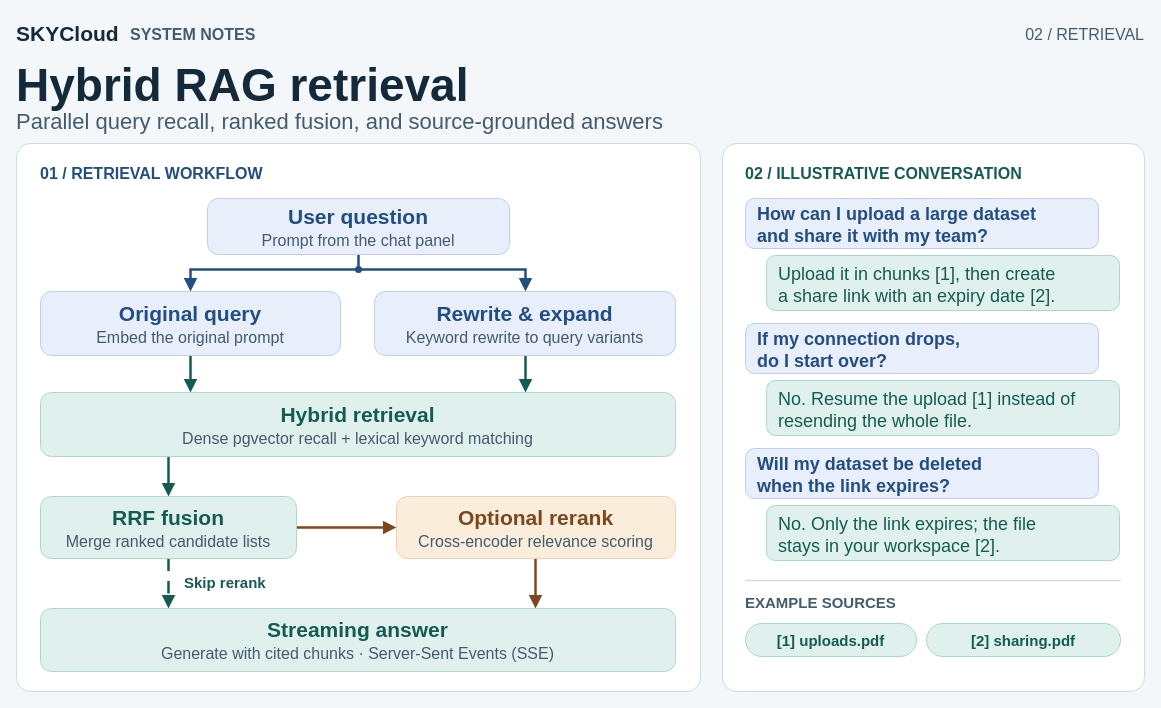
The draw.io diagram page "Hybrid RAG retrieval" (2 of 11) of design/projects/sky-cloud/sky-cloud.drawio in TianyaSKY/tianyasky.github.io, before the edit. Source tidied: cells renumbered, new cells numbered last; positions are measured from the earlier drawing's top-left corner, leaving out a move shared by most shapes. Both pictures are drawn from the tidied source at 100%, with x=0, y=0 at pixel (16, 16).
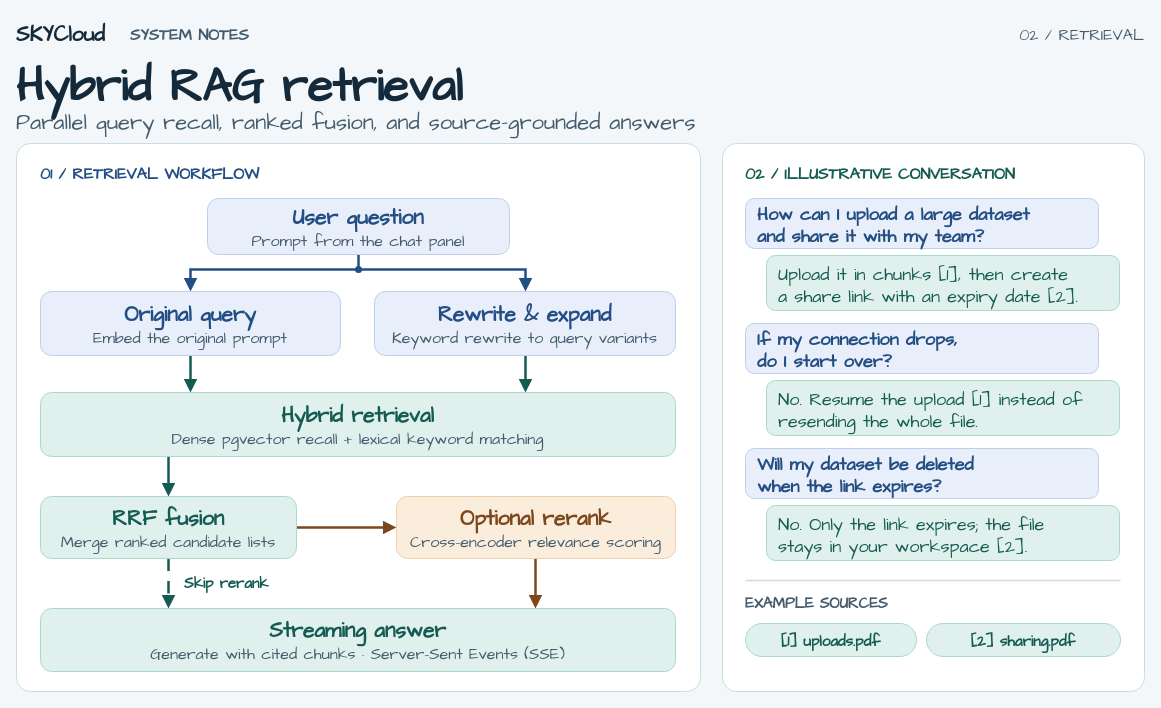
Above is the later version.

The change refers to these unchanged cells:
```xml
<mxCell id="22" style="group;html=0;" parent="1" vertex="1">
  <mxGeometry x="191" y="182" width="302" height="56" as="geometry" />
</mxCell>
<mxCell id="26" style="group;html=0;" parent="1" vertex="1">
  <mxGeometry x="24" y="275" width="300" height="64" as="geometry" />
</mxCell>
<mxCell id="30" style="group;html=0;" parent="1" vertex="1">
  <mxGeometry x="358" y="275" width="301" height="64" as="geometry" />
</mxCell>
<mxCell id="34" style="group;html=0;" parent="1" vertex="1">
  <mxGeometry x="24" y="376" width="635" height="64" as="geometry" />
</mxCell>
<mxCell id="38" style="group;html=0;" parent="1" vertex="1">
  <mxGeometry x="24" y="480" width="256" height="62" as="geometry" />
</mxCell>
<mxCell id="42" style="group;html=0;" parent="1" vertex="1">
  <mxGeometry x="380" y="480" width="279" height="62" as="geometry" />
</mxCell>
<mxCell id="46" style="group;html=0;" parent="1" vertex="1">
  <mxGeometry x="24" y="592" width="635" height="63" as="geometry" />
</mxCell>
<mxCell id="64" style="group;html=0;" parent="1" vertex="1">
  <mxGeometry x="729" y="607" width="171" height="33" as="geometry" />
</mxCell>
<mxCell id="67" style="group;html=0;" parent="1" vertex="1">
  <mxGeometry x="910" y="607" width="194" height="33" as="geometry" />
</mxCell>
```

The edit, as a diff of the source:
```diff
@@
-    <mxCell id="2" value="SKYCloud" style="text;html=0;whiteSpace=nowrap;strokeColor=none;fillColor=none;spacing=0;align=left;verticalAlign=middle;fontFamily=Arial, Helvetica, sans-serif;fontSize=21;fontColor=#142A3B;fontStyle=1;" parent="1" vertex="1">
+    <mxCell id="2" value="SKYCloud" style="text;html=0;whiteSpace=nowrap;strokeColor=none;fillColor=none;spacing=0;align=left;verticalAlign=middle;fontFamily=Comic Sans MS, Comic Neue, Noto Sans SC, sans-serif;fontSize=21;fontColor=#142A3B;fontStyle=1;" parent="1" vertex="1">
       <mxGeometry width="120" height="30" as="geometry" />
     </mxCell>
-    <mxCell id="3" value="SYSTEM NOTES" style="text;html=0;whiteSpace=nowrap;strokeColor=none;fillColor=none;spacing=0;align=left;verticalAlign=middle;fontFamily=Excalifont;fontSize=16;fontColor=#435B6D;fontStyle=1;" parent="1" vertex="1">
+    <mxCell id="3" value="SYSTEM NOTES" style="text;html=0;whiteSpace=nowrap;strokeColor=none;fillColor=none;spacing=0;align=left;verticalAlign=middle;fontFamily=Comic Sans MS, Comic Neue, Noto Sans SC, sans-serif;fontSize=16;fontColor=#435B6D;fontStyle=1;" parent="1" vertex="1">
       <mxGeometry x="114" y="4" width="560" height="26" as="geometry" />
     </mxCell>
-    <mxCell id="4" value="02  /  RETRIEVAL" style="text;html=0;whiteSpace=nowrap;strokeColor=none;fillColor=none;spacing=0;align=right;verticalAlign=middle;fontFamily=Excalifont;fontSize=16;fontColor=#435B6D;fontStyle=0;" parent="1" vertex="1">
+    <mxCell id="4" value="02  /  RETRIEVAL" style="text;html=0;whiteSpace=nowrap;strokeColor=none;fillColor=none;spacing=0;align=right;verticalAlign=middle;fontFamily=Comic Sans MS, Comic Neue, Noto Sans SC, sans-serif;fontSize=16;fontColor=#435B6D;fontStyle=0;" parent="1" vertex="1">
       <mxGeometry x="763" y="4" width="365" height="26" as="geometry" />
     </mxCell>
-    <mxCell id="5" value="Hybrid RAG retrieval" style="text;html=0;whiteSpace=nowrap;strokeColor=none;fillColor=none;spacing=0;align=left;verticalAlign=middle;fontFamily=Excalifont;fontSize=46;fontColor=#142A3B;fontStyle=1;" parent="1" vertex="1">
+    <mxCell id="5" value="Hybrid RAG retrieval" style="text;html=0;whiteSpace=nowrap;strokeColor=none;fillColor=none;spacing=0;align=left;verticalAlign=middle;fontFamily=Comic Sans MS, Comic Neue, Noto Sans SC, sans-serif;fontSize=46;fontColor=#142A3B;fontStyle=1;" parent="1" vertex="1">
       <mxGeometry y="36" width="1128" height="53" as="geometry" />
     </mxCell>
-    <mxCell id="6" value="Parallel query recall, ranked fusion, and source-grounded answers" style="text;html=0;whiteSpace=nowrap;strokeColor=none;fillColor=none;spacing=0;align=left;verticalAlign=middle;fontFamily=Excalifont;fontSize=22;fontColor=#435B6D;fontStyle=0;" parent="1" vertex="1">
+    <mxCell id="6" value="Parallel query recall, ranked fusion, and source-grounded answers" style="text;html=0;whiteSpace=nowrap;strokeColor=none;fillColor=none;spacing=0;align=left;verticalAlign=middle;fontFamily=Comic Sans MS, Comic Neue, Noto Sans SC, sans-serif;fontSize=22;fontColor=#435B6D;fontStyle=0;" parent="1" vertex="1">
       <mxGeometry y="88" width="1128" height="29" as="geometry" />
     </mxCell>
@@
-    <mxCell id="9" value="01  /  RETRIEVAL WORKFLOW" style="text;html=0;whiteSpace=nowrap;strokeColor=none;fillColor=none;spacing=0;align=left;verticalAlign=middle;fontFamily=Excalifont;fontSize=16;fontColor=#234E83;fontStyle=1;" parent="1" vertex="1">
+    <mxCell id="9" value="01  /  RETRIEVAL WORKFLOW" style="text;html=0;whiteSpace=nowrap;strokeColor=none;fillColor=none;spacing=0;align=left;verticalAlign=middle;fontFamily=Comic Sans MS, Comic Neue, Noto Sans SC, sans-serif;fontSize=16;fontColor=#234E83;fontStyle=1;" parent="1" vertex="1">
       <mxGeometry x="24" y="143" width="635" height="25" as="geometry" />
     </mxCell>
-    <mxCell id="10" value="02  /  ILLUSTRATIVE CONVERSATION" style="text;html=0;whiteSpace=nowrap;strokeColor=none;fillColor=none;spacing=0;align=left;verticalAlign=middle;fontFamily=Excalifont;fontSize=16;fontColor=#145C52;fontStyle=1;" parent="1" vertex="1">
+    <mxCell id="10" value="02  /  ILLUSTRATIVE CONVERSATION" style="text;html=0;whiteSpace=nowrap;strokeColor=none;fillColor=none;spacing=0;align=left;verticalAlign=middle;fontFamily=Comic Sans MS, Comic Neue, Noto Sans SC, sans-serif;fontSize=16;fontColor=#145C52;fontStyle=1;" parent="1" vertex="1">
       <mxGeometry x="729" y="143" width="375" height="25" as="geometry" />
     </mxCell>
@@
-    <mxCell id="21" value="Skip rerank" style="text;html=0;whiteSpace=nowrap;strokeColor=none;fillColor=none;spacing=0;align=left;verticalAlign=middle;fontFamily=Excalifont;fontSize=15;fontColor=#145C52;fontStyle=1;" parent="1" vertex="1">
+    <mxCell id="21" value="Skip rerank" style="text;html=0;whiteSpace=nowrap;strokeColor=none;fillColor=none;spacing=0;align=left;verticalAlign=middle;fontFamily=Comic Sans MS, Comic Neue, Noto Sans SC, sans-serif;fontSize=15;fontColor=#145C52;fontStyle=1;" parent="1" vertex="1">
       <mxGeometry x="168" y="554" width="173" height="23" as="geometry" />
     </mxCell>
@@
-    <mxCell id="24" value="User question" style="text;html=0;whiteSpace=nowrap;strokeColor=none;fillColor=none;spacing=0;align=center;verticalAlign=middle;fontFamily=Excalifont;fontSize=21;fontColor=#234E83;fontStyle=1;" parent="22" vertex="1">
+    <mxCell id="24" value="User question" style="text;html=0;whiteSpace=nowrap;strokeColor=none;fillColor=none;spacing=0;align=center;verticalAlign=middle;fontFamily=Comic Sans MS, Comic Neue, Noto Sans SC, sans-serif;fontSize=21;fontColor=#234E83;fontStyle=1;" parent="22" vertex="1">
       <mxGeometry x="12" y="4" width="278" height="24" as="geometry" />
     </mxCell>
-    <mxCell id="25" value="Prompt from the chat panel" style="text;html=0;whiteSpace=nowrap;strokeColor=none;fillColor=none;spacing=0;align=center;verticalAlign=middle;fontFamily=Excalifont;fontSize=16;fontColor=#435B6D;fontStyle=0;" parent="22" vertex="1">
+    <mxCell id="25" value="Prompt from the chat panel" style="text;html=0;whiteSpace=nowrap;strokeColor=none;fillColor=none;spacing=0;align=center;verticalAlign=middle;fontFamily=Comic Sans MS, Comic Neue, Noto Sans SC, sans-serif;fontSize=16;fontColor=#435B6D;fontStyle=0;" parent="22" vertex="1">
       <mxGeometry x="12" y="30" width="278" height="21" as="geometry" />
     </mxCell>
@@
-    <mxCell id="28" value="Original query" style="text;html=0;whiteSpace=nowrap;strokeColor=none;fillColor=none;spacing=0;align=center;verticalAlign=middle;fontFamily=Excalifont;fontSize=21;fontColor=#234E83;fontStyle=1;" parent="26" vertex="1">
+    <mxCell id="28" value="Original query" style="text;html=0;whiteSpace=nowrap;strokeColor=none;fillColor=none;spacing=0;align=center;verticalAlign=middle;fontFamily=Comic Sans MS, Comic Neue, Noto Sans SC, sans-serif;fontSize=21;fontColor=#234E83;fontStyle=1;" parent="26" vertex="1">
       <mxGeometry x="12" y="8" width="276" height="24" as="geometry" />
     </mxCell>
-    <mxCell id="29" value="Embed the original prompt" style="text;html=0;whiteSpace=nowrap;strokeColor=none;fillColor=none;spacing=0;align=center;verticalAlign=middle;fontFamily=Excalifont;fontSize=16;fontColor=#435B6D;fontStyle=0;" parent="26" vertex="1">
+    <mxCell id="29" value="Embed the original prompt" style="text;html=0;whiteSpace=nowrap;strokeColor=none;fillColor=none;spacing=0;align=center;verticalAlign=middle;fontFamily=Comic Sans MS, Comic Neue, Noto Sans SC, sans-serif;fontSize=16;fontColor=#435B6D;fontStyle=0;" parent="26" vertex="1">
       <mxGeometry x="12" y="34" width="276" height="21" as="geometry" />
     </mxCell>
@@
-    <mxCell id="32" value="Rewrite &amp; expand" style="text;html=0;whiteSpace=nowrap;strokeColor=none;fillColor=none;spacing=0;align=center;verticalAlign=middle;fontFamily=Excalifont;fontSize=21;fontColor=#234E83;fontStyle=1;" parent="30" vertex="1">
+    <mxCell id="32" value="Rewrite &amp; expand" style="text;html=0;whiteSpace=nowrap;strokeColor=none;fillColor=none;spacing=0;align=center;verticalAlign=middle;fontFamily=Comic Sans MS, Comic Neue, Noto Sans SC, sans-serif;fontSize=21;fontColor=#234E83;fontStyle=1;" parent="30" vertex="1">
       <mxGeometry x="12" y="8" width="277" height="24" as="geometry" />
     </mxCell>
-    <mxCell id="33" value="Keyword rewrite to query variants" style="text;html=0;whiteSpace=nowrap;strokeColor=none;fillColor=none;spacing=0;align=center;verticalAlign=middle;fontFamily=Excalifont;fontSize=16;fontColor=#435B6D;fontStyle=0;" parent="30" vertex="1">
+    <mxCell id="33" value="Keyword rewrite to query variants" style="text;html=0;whiteSpace=nowrap;strokeColor=none;fillColor=none;spacing=0;align=center;verticalAlign=middle;fontFamily=Comic Sans MS, Comic Neue, Noto Sans SC, sans-serif;fontSize=16;fontColor=#435B6D;fontStyle=0;" parent="30" vertex="1">
       <mxGeometry x="12" y="34" width="277" height="21" as="geometry" />
     </mxCell>
@@
-    <mxCell id="36" value="Hybrid retrieval" style="text;html=0;whiteSpace=nowrap;strokeColor=none;fillColor=none;spacing=0;align=center;verticalAlign=middle;fontFamily=Excalifont;fontSize=21;fontColor=#145C52;fontStyle=1;" parent="34" vertex="1">
+    <mxCell id="36" value="Hybrid retrieval" style="text;html=0;whiteSpace=nowrap;strokeColor=none;fillColor=none;spacing=0;align=center;verticalAlign=middle;fontFamily=Comic Sans MS, Comic Neue, Noto Sans SC, sans-serif;fontSize=21;fontColor=#145C52;fontStyle=1;" parent="34" vertex="1">
       <mxGeometry x="12" y="8" width="611" height="24" as="geometry" />
     </mxCell>
-    <mxCell id="37" value="Dense pgvector recall + lexical keyword matching" style="text;html=0;whiteSpace=nowrap;strokeColor=none;fillColor=none;spacing=0;align=center;verticalAlign=middle;fontFamily=Excalifont;fontSize=16;fontColor=#435B6D;fontStyle=0;" parent="34" vertex="1">
+    <mxCell id="37" value="Dense pgvector recall + lexical keyword matching" style="text;html=0;whiteSpace=nowrap;strokeColor=none;fillColor=none;spacing=0;align=center;verticalAlign=middle;fontFamily=Comic Sans MS, Comic Neue, Noto Sans SC, sans-serif;fontSize=16;fontColor=#435B6D;fontStyle=0;" parent="34" vertex="1">
       <mxGeometry x="12" y="34" width="611" height="21" as="geometry" />
     </mxCell>
@@
-    <mxCell id="40" value="RRF fusion" style="text;html=0;whiteSpace=nowrap;strokeColor=none;fillColor=none;spacing=0;align=center;verticalAlign=middle;fontFamily=Excalifont;fontSize=21;fontColor=#145C52;fontStyle=1;" parent="38" vertex="1">
+    <mxCell id="40" value="RRF fusion" style="text;html=0;whiteSpace=nowrap;strokeColor=none;fillColor=none;spacing=0;align=center;verticalAlign=middle;fontFamily=Comic Sans MS, Comic Neue, Noto Sans SC, sans-serif;fontSize=21;fontColor=#145C52;fontStyle=1;" parent="38" vertex="1">
       <mxGeometry x="12" y="7" width="232" height="24" as="geometry" />
     </mxCell>
-    <mxCell id="41" value="Merge ranked candidate lists" style="text;html=0;whiteSpace=nowrap;strokeColor=none;fillColor=none;spacing=0;align=center;verticalAlign=middle;fontFamily=Excalifont;fontSize=16;fontColor=#435B6D;fontStyle=0;" parent="38" vertex="1">
+    <mxCell id="41" value="Merge ranked candidate lists" style="text;html=0;whiteSpace=nowrap;strokeColor=none;fillColor=none;spacing=0;align=center;verticalAlign=middle;fontFamily=Comic Sans MS, Comic Neue, Noto Sans SC, sans-serif;fontSize=16;fontColor=#435B6D;fontStyle=0;" parent="38" vertex="1">
       <mxGeometry x="12" y="33" width="232" height="21" as="geometry" />
     </mxCell>
@@
-    <mxCell id="44" value="Optional rerank" style="text;html=0;whiteSpace=nowrap;strokeColor=none;fillColor=none;spacing=0;align=center;verticalAlign=middle;fontFamily=Excalifont;fontSize=21;fontColor=#7C471C;fontStyle=1;" parent="42" vertex="1">
+    <mxCell id="44" value="Optional rerank" style="text;html=0;whiteSpace=nowrap;strokeColor=none;fillColor=none;spacing=0;align=center;verticalAlign=middle;fontFamily=Comic Sans MS, Comic Neue, Noto Sans SC, sans-serif;fontSize=21;fontColor=#7C471C;fontStyle=1;" parent="42" vertex="1">
       <mxGeometry x="12" y="7" width="255" height="24" as="geometry" />
     </mxCell>
-    <mxCell id="45" value="Cross-encoder relevance scoring" style="text;html=0;whiteSpace=nowrap;strokeColor=none;fillColor=none;spacing=0;align=center;verticalAlign=middle;fontFamily=Excalifont;fontSize=16;fontColor=#435B6D;fontStyle=0;" parent="42" vertex="1">
+    <mxCell id="45" value="Cross-encoder relevance scoring" style="text;html=0;whiteSpace=nowrap;strokeColor=none;fillColor=none;spacing=0;align=center;verticalAlign=middle;fontFamily=Comic Sans MS, Comic Neue, Noto Sans SC, sans-serif;fontSize=16;fontColor=#435B6D;fontStyle=0;" parent="42" vertex="1">
       <mxGeometry x="12" y="33" width="255" height="21" as="geometry" />
     </mxCell>
@@
-    <mxCell id="48" value="Streaming answer" style="text;html=0;whiteSpace=nowrap;strokeColor=none;fillColor=none;spacing=0;align=center;verticalAlign=middle;fontFamily=Excalifont;fontSize=21;fontColor=#145C52;fontStyle=1;" parent="46" vertex="1">
+    <mxCell id="48" value="Streaming answer" style="text;html=0;whiteSpace=nowrap;strokeColor=none;fillColor=none;spacing=0;align=center;verticalAlign=middle;fontFamily=Comic Sans MS, Comic Neue, Noto Sans SC, sans-serif;fontSize=21;fontColor=#145C52;fontStyle=1;" parent="46" vertex="1">
       <mxGeometry x="12" y="7" width="611" height="24" as="geometry" />
     </mxCell>
-    <mxCell id="49" value="Generate with cited chunks · Server-Sent Events (SSE)" style="text;html=0;whiteSpace=nowrap;strokeColor=none;fillColor=none;spacing=0;align=center;verticalAlign=middle;fontFamily=Excalifont;fontSize=16;fontColor=#435B6D;fontStyle=0;" parent="46" vertex="1">
+    <mxCell id="49" value="Generate with cited chunks · Server-Sent Events (SSE)" style="text;html=0;whiteSpace=nowrap;strokeColor=none;fillColor=none;spacing=0;align=center;verticalAlign=middle;fontFamily=Comic Sans MS, Comic Neue, Noto Sans SC, sans-serif;fontSize=16;fontColor=#435B6D;fontStyle=0;" parent="46" vertex="1">
       <mxGeometry x="12" y="33" width="611" height="21" as="geometry" />
     </mxCell>
@@
-    <mxCell id="51" value="How can I upload a large dataset&#10;and share it with my team?" style="text;html=0;whiteSpace=nowrap;strokeColor=none;fillColor=none;spacing=0;align=left;verticalAlign=middle;fontFamily=Excalifont;fontSize=18;fontColor=#234E83;fontStyle=1;" parent="1" vertex="1">
+    <mxCell id="51" value="How can I upload a large dataset&#10;and share it with my team?" style="text;html=0;whiteSpace=nowrap;strokeColor=none;fillColor=none;spacing=0;align=left;verticalAlign=middle;fontFamily=Comic Sans MS, Comic Neue, Noto Sans SC, sans-serif;fontSize=18;fontColor=#234E83;fontStyle=1;" parent="1" vertex="1">
       <mxGeometry x="741" y="184" width="329" height="46" as="geometry" />
     </mxCell>
@@
-    <mxCell id="53" value="Upload it in chunks [1], then create&#10;a share link with an expiry date [2]." style="text;html=0;whiteSpace=nowrap;strokeColor=none;fillColor=none;spacing=0;align=left;verticalAlign=middle;fontFamily=Excalifont;fontSize=18;fontColor=#145C52;fontStyle=0;" parent="1" vertex="1">
+    <mxCell id="53" value="Upload it in chunks [1], then create&#10;a share link with an expiry date [2]." style="text;html=0;whiteSpace=nowrap;strokeColor=none;fillColor=none;spacing=0;align=left;verticalAlign=middle;fontFamily=Comic Sans MS, Comic Neue, Noto Sans SC, sans-serif;fontSize=18;fontColor=#145C52;fontStyle=0;" parent="1" vertex="1">
       <mxGeometry x="762" y="241" width="329" height="51" as="geometry" />
     </mxCell>
@@
-    <mxCell id="55" value="If my connection drops,&#10;do I start over?" style="text;html=0;whiteSpace=nowrap;strokeColor=none;fillColor=none;spacing=0;align=left;verticalAlign=middle;fontFamily=Excalifont;fontSize=18;fontColor=#234E83;fontStyle=1;" parent="1" vertex="1">
+    <mxCell id="55" value="If my connection drops,&#10;do I start over?" style="text;html=0;whiteSpace=nowrap;strokeColor=none;fillColor=none;spacing=0;align=left;verticalAlign=middle;fontFamily=Comic Sans MS, Comic Neue, Noto Sans SC, sans-serif;fontSize=18;fontColor=#234E83;fontStyle=1;" parent="1" vertex="1">
       <mxGeometry x="741" y="309" width="329" height="46" as="geometry" />
     </mxCell>
@@
-    <mxCell id="57" value="No. Resume the upload [1] instead of&#10;resending the whole file." style="text;html=0;whiteSpace=nowrap;strokeColor=none;fillColor=none;spacing=0;align=left;verticalAlign=middle;fontFamily=Excalifont;fontSize=18;fontColor=#145C52;fontStyle=0;" parent="1" vertex="1">
+    <mxCell id="57" value="No. Resume the upload [1] instead of&#10;resending the whole file." style="text;html=0;whiteSpace=nowrap;strokeColor=none;fillColor=none;spacing=0;align=left;verticalAlign=middle;fontFamily=Comic Sans MS, Comic Neue, Noto Sans SC, sans-serif;fontSize=18;fontColor=#145C52;fontStyle=0;" parent="1" vertex="1">
       <mxGeometry x="762" y="366" width="329" height="51" as="geometry" />
     </mxCell>
@@
-    <mxCell id="59" value="Will my dataset be deleted&#10;when the link expires?" style="text;html=0;whiteSpace=nowrap;strokeColor=none;fillColor=none;spacing=0;align=left;verticalAlign=middle;fontFamily=Excalifont;fontSize=18;fontColor=#234E83;fontStyle=1;" parent="1" vertex="1">
+    <mxCell id="59" value="Will my dataset be deleted&#10;when the link expires?" style="text;html=0;whiteSpace=nowrap;strokeColor=none;fillColor=none;spacing=0;align=left;verticalAlign=middle;fontFamily=Comic Sans MS, Comic Neue, Noto Sans SC, sans-serif;fontSize=18;fontColor=#234E83;fontStyle=1;" parent="1" vertex="1">
       <mxGeometry x="741" y="434" width="329" height="46" as="geometry" />
     </mxCell>
@@
-    <mxCell id="61" value="No. Only the link expires; the file&#10;stays in your workspace [2]." style="text;html=0;whiteSpace=nowrap;strokeColor=none;fillColor=none;spacing=0;align=left;verticalAlign=middle;fontFamily=Excalifont;fontSize=18;fontColor=#145C52;fontStyle=0;" parent="1" vertex="1">
+    <mxCell id="61" value="No. Only the link expires; the file&#10;stays in your workspace [2]." style="text;html=0;whiteSpace=nowrap;strokeColor=none;fillColor=none;spacing=0;align=left;verticalAlign=middle;fontFamily=Comic Sans MS, Comic Neue, Noto Sans SC, sans-serif;fontSize=18;fontColor=#145C52;fontStyle=0;" parent="1" vertex="1">
       <mxGeometry x="762" y="491" width="329" height="51" as="geometry" />
     </mxCell>
@@
-    <mxCell id="63" value="EXAMPLE SOURCES" style="text;html=0;whiteSpace=nowrap;strokeColor=none;fillColor=none;spacing=0;align=left;verticalAlign=middle;fontFamily=Excalifont;fontSize=15;fontColor=#435B6D;fontStyle=1;" parent="1" vertex="1">
+    <mxCell id="63" value="EXAMPLE SOURCES" style="text;html=0;whiteSpace=nowrap;strokeColor=none;fillColor=none;spacing=0;align=left;verticalAlign=middle;fontFamily=Comic Sans MS, Comic Neue, Noto Sans SC, sans-serif;fontSize=15;fontColor=#435B6D;fontStyle=1;" parent="1" vertex="1">
       <mxGeometry x="729" y="573" width="375" height="24" as="geometry" />
     </mxCell>
@@
-    <mxCell id="66" value="[1] uploads.pdf" style="text;html=0;whiteSpace=nowrap;strokeColor=none;fillColor=none;spacing=0;align=center;verticalAlign=middle;fontFamily=Excalifont;fontSize=15;fontColor=#145C52;fontStyle=1;" parent="64" vertex="1">
+    <mxCell id="66" value="[1] uploads.pdf" style="text;html=0;whiteSpace=nowrap;strokeColor=none;fillColor=none;spacing=0;align=center;verticalAlign=middle;fontFamily=Comic Sans MS, Comic Neue, Noto Sans SC, sans-serif;fontSize=15;fontColor=#145C52;fontStyle=1;" parent="64" vertex="1">
       <mxGeometry x="4" width="163" height="33" as="geometry" />
     </mxCell>
@@
-    <mxCell id="69" value="[2] sharing.pdf" style="text;html=0;whiteSpace=nowrap;strokeColor=none;fillColor=none;spacing=0;align=center;verticalAlign=middle;fontFamily=Excalifont;fontSize=15;fontColor=#145C52;fontStyle=1;" parent="67" vertex="1">
+    <mxCell id="69" value="[2] sharing.pdf" style="text;html=0;whiteSpace=nowrap;strokeColor=none;fillColor=none;spacing=0;align=center;verticalAlign=middle;fontFamily=Comic Sans MS, Comic Neue, Noto Sans SC, sans-serif;fontSize=15;fontColor=#145C52;fontStyle=1;" parent="67" vertex="1">
       <mxGeometry x="4" width="186" height="33" as="geometry" />
     </mxCell>
```
